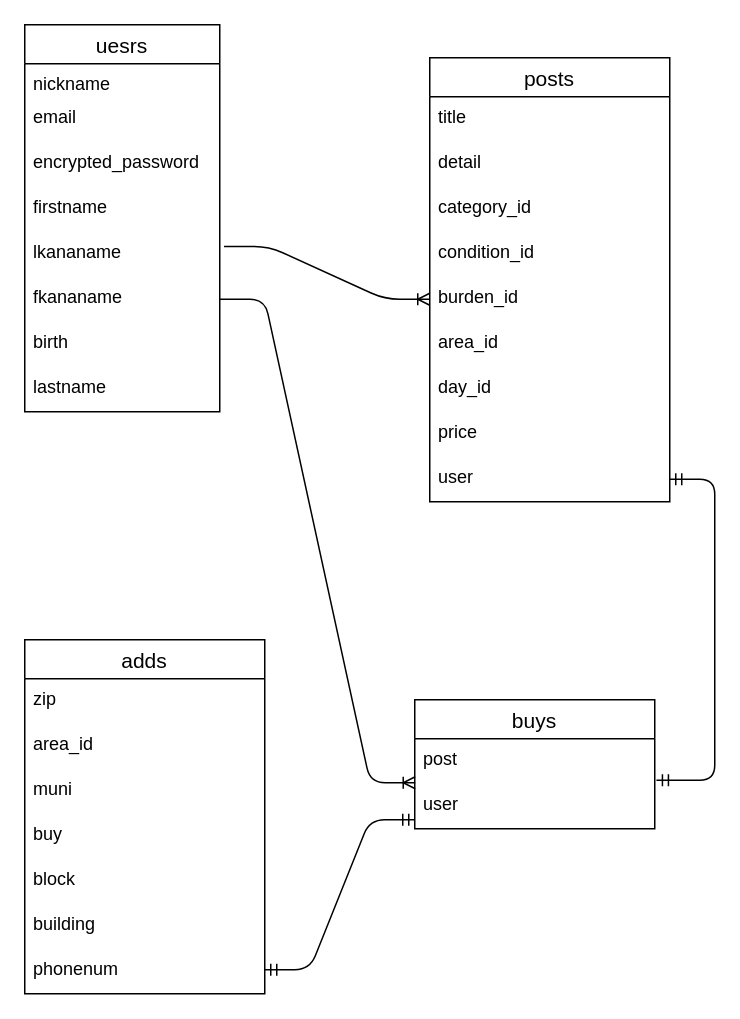
Earlier version of the draw.io diagram ER.dio (Kohei1204/furima-34284). Source tidied: cells renumbered, new cells numbered last; positions are measured from the earlier drawing's top-left corner, leaving out a move shared by most shapes. Both pictures are drawn from the tidied source at 150%, with x=0, y=0 at pixel (24, 24).
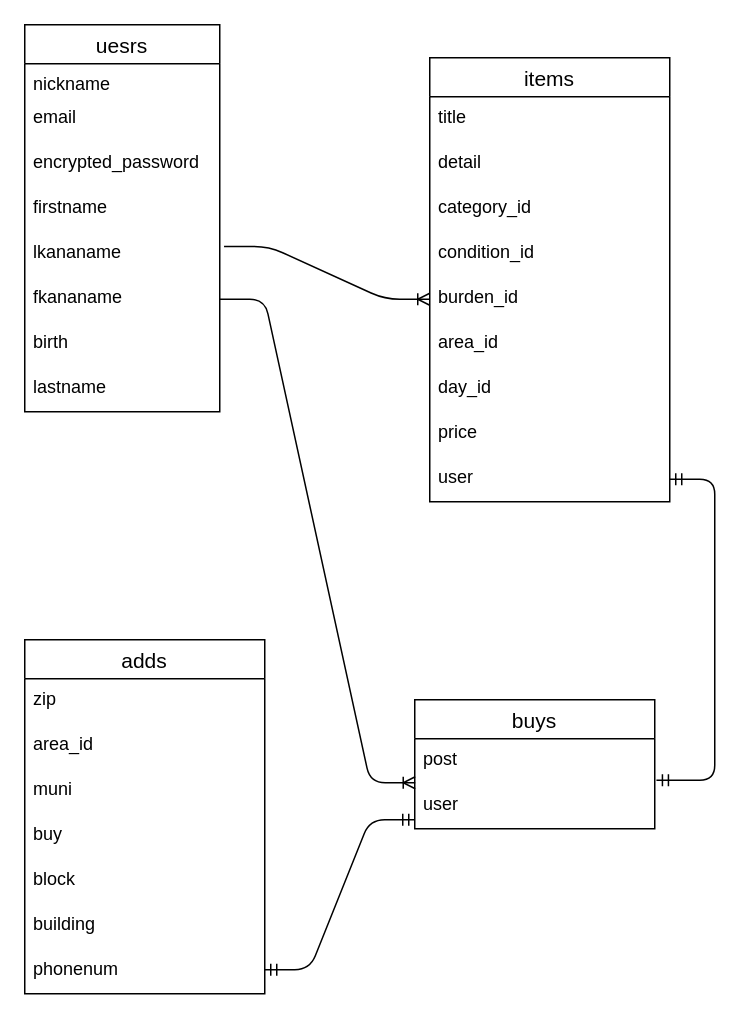
The same page after the edit.

What changed in the source:
```diff
@@
-    <mxCell id="19" value="posts" style="swimlane;fontStyle=0;horizontal=1;startSize=26;align=center;fontSize=14;" parent="1" vertex="1">
+    <mxCell id="19" value="items" style="swimlane;fontStyle=0;horizontal=1;startSize=26;align=center;fontSize=14;" parent="1" vertex="1">
       <mxGeometry x="270" y="22" width="160" height="296" as="geometry" />
     </mxCell>
```
